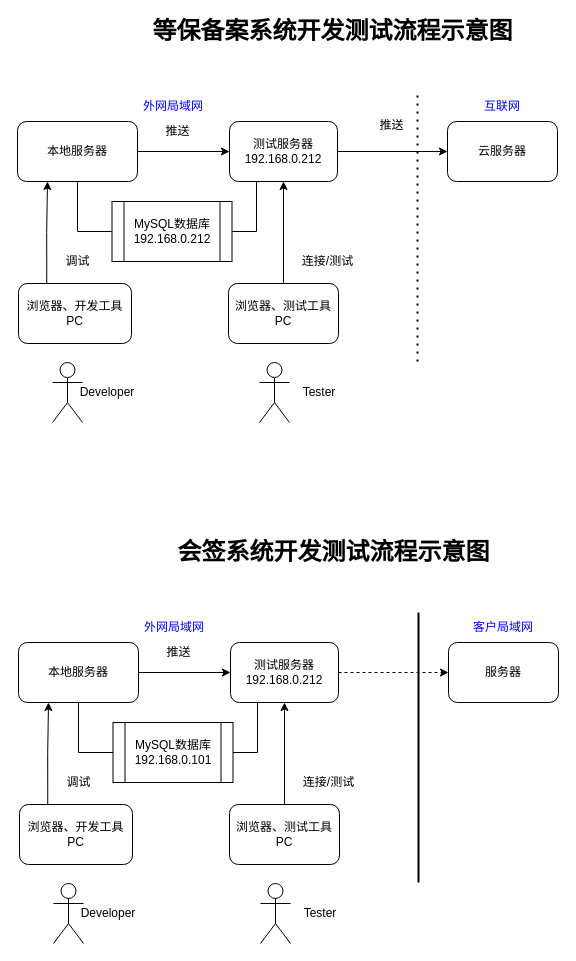
This is page "Page-2" (2 of 3) of test.drawio from fanch-luck/uiapps, a draw.io file, before an edit. Source tidied: cells renumbered, new cells numbered last; positions are measured from the earlier drawing's top-left corner, leaving out a move shared by most shapes. Both pictures are drawn from the tidied source at 100%, with x=0, y=0 at pixel (17, 21).
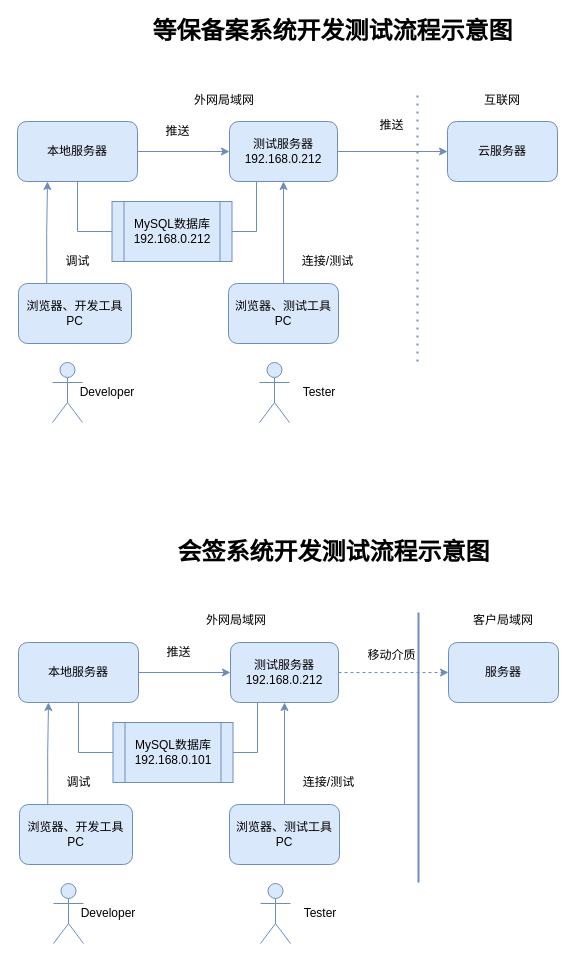
The same page after the edit.

What changed in the source:
```diff
@@
-    <mxCell id="2" value="&lt;b&gt;&lt;font style=&quot;font-size: 24px&quot;&gt;等保备案系统开发测试流程示意图&lt;/font&gt;&lt;/b&gt;" style="text;html=1;align=center;verticalAlign=middle;strokeColor=none;fillColor=none;" parent="1" vertex="1">
+    <mxCell id="2" value="&lt;b&gt;&lt;font style=&quot;font-size: 24px&quot;&gt;等保备案系统开发测试流程示意图&lt;/font&gt;&lt;/b&gt;" style="text;html=1;align=center;verticalAlign=middle;" parent="1" vertex="1">
       <mxGeometry x="125" width="380" height="20" as="geometry" />
     </mxCell>
-    <mxCell id="3" value="推送" style="edgeStyle=orthogonalEdgeStyle;rounded=0;jettySize=auto;html=1;exitX=1;exitY=0.5;exitDx=0;exitDy=0;entryX=0;entryY=0.5;entryDx=0;entryDy=0;fontSize=12;fontColor=#000000;endArrow=classic;endFill=1;" parent="1" edge="1" source="4" target="19">
+    <mxCell id="3" value="推送" style="edgeStyle=orthogonalEdgeStyle;rounded=0;jettySize=auto;html=1;exitX=1;exitY=0.5;exitDx=0;exitDy=0;entryX=0;entryY=0.5;entryDx=0;entryDy=0;fontSize=12;fontColor=#000000;endArrow=classic;endFill=1;strokeColor=#6c8ebf;fillColor=#dae8fc;" parent="1" edge="1" source="4" target="19">
       <mxGeometry x="-0.02" y="26" relative="1" as="geometry" />
     </mxCell>
-    <mxCell id="4" value="测试服务器&lt;br&gt;192.168.0.212" style="rounded=1;whiteSpace=wrap;html=1;" parent="1" vertex="1">
+    <mxCell id="4" value="测试服务器&lt;br&gt;192.168.0.212" style="rounded=1;whiteSpace=wrap;html=1;strokeColor=#6c8ebf;fillColor=#dae8fc;" parent="1" vertex="1">
       <mxGeometry x="212" y="100" width="108" height="60" as="geometry" />
     </mxCell>
-    <mxCell id="5" value="外网局域网" style="text;html=1;strokeColor=none;fillColor=none;align=center;verticalAlign=middle;whiteSpace=wrap;rounded=0;fontSize=12;fontColor=#0000FF;" parent="1" vertex="1">
-      <mxGeometry x="120.5" y="70" width="70" height="30" as="geometry" />
+    <mxCell id="5" value="外网局域网" style="text;html=1;align=center;verticalAlign=middle;whiteSpace=wrap;rounded=0;fontSize=12;" parent="1" vertex="1">
+      <mxGeometry x="172" y="64" width="70" height="30" as="geometry" />
     </mxCell>
-    <mxCell id="6" value="&lt;font color=&quot;#000000&quot;&gt;推送&lt;/font&gt;" style="edgeStyle=orthogonalEdgeStyle;rounded=0;jettySize=auto;html=1;exitX=1;exitY=0.5;exitDx=0;exitDy=0;entryX=0;entryY=0.5;entryDx=0;entryDy=0;fontSize=12;fontColor=#0000FF;" parent="1" edge="1" source="7" target="4">
+    <mxCell id="6" value="&lt;font color=&quot;#000000&quot;&gt;推送&lt;/font&gt;" style="edgeStyle=orthogonalEdgeStyle;rounded=0;jettySize=auto;html=1;exitX=1;exitY=0.5;exitDx=0;exitDy=0;entryX=0;entryY=0.5;entryDx=0;entryDy=0;fontSize=12;fontColor=#0000FF;strokeColor=#6c8ebf;fillColor=#dae8fc;" parent="1" edge="1" source="7" target="4">
       <mxGeometry x="-0.13" y="20" relative="1" as="geometry" />
     </mxCell>
-    <mxCell id="7" value="本地服务器" style="rounded=1;whiteSpace=wrap;html=1;" parent="1" vertex="1">
+    <mxCell id="7" value="本地服务器" style="rounded=1;whiteSpace=wrap;html=1;strokeColor=#6c8ebf;fillColor=#dae8fc;" parent="1" vertex="1">
       <mxGeometry y="100" width="120" height="60" as="geometry" />
     </mxCell>
-    <mxCell id="8" style="shape=umlActor;verticalLabelPosition=bottom;verticalAlign=top;html=1;" parent="1" vertex="1">
+    <mxCell id="8" style="shape=umlActor;verticalLabelPosition=bottom;verticalAlign=top;html=1;strokeColor=#6c8ebf;fillColor=#dae8fc;" parent="1" vertex="1">
       <mxGeometry x="35" y="341" width="30" height="60" as="geometry" />
     </mxCell>
-    <mxCell id="9" style="shape=umlActor;verticalLabelPosition=bottom;verticalAlign=top;html=1;" parent="1" vertex="1">
+    <mxCell id="9" style="shape=umlActor;verticalLabelPosition=bottom;verticalAlign=top;html=1;strokeColor=#6c8ebf;fillColor=#dae8fc;" parent="1" vertex="1">
       <mxGeometry x="242" y="341" width="30" height="60" as="geometry" />
     </mxCell>
-    <mxCell id="10" value="连接/测试" style="edgeStyle=orthogonalEdgeStyle;rounded=0;jettySize=auto;html=1;exitX=0.5;exitY=0;exitDx=0;exitDy=0;entryX=0.5;entryY=1;entryDx=0;entryDy=0;fontSize=12;fontColor=#000000;endArrow=classic;endFill=1;" parent="1" edge="1" source="11" target="4">
+    <mxCell id="10" value="连接/测试" style="edgeStyle=orthogonalEdgeStyle;rounded=0;jettySize=auto;html=1;exitX=0.5;exitY=0;exitDx=0;exitDy=0;entryX=0.5;entryY=1;entryDx=0;entryDy=0;fontSize=12;fontColor=#000000;endArrow=classic;endFill=1;strokeColor=#6c8ebf;fillColor=#dae8fc;" parent="1" edge="1" source="11" target="4">
       <mxGeometry x="-0.57" y="-44" relative="1" as="geometry" />
     </mxCell>
-    <mxCell id="11" value="浏览器、测试工具&lt;br&gt;PC" style="rounded=1;whiteSpace=wrap;html=1;" parent="1" vertex="1">
+    <mxCell id="11" value="浏览器、测试工具&lt;br&gt;PC" style="rounded=1;whiteSpace=wrap;html=1;strokeColor=#6c8ebf;fillColor=#dae8fc;" parent="1" vertex="1">
       <mxGeometry x="211" y="262" width="110" height="60" as="geometry" />
     </mxCell>
-    <mxCell id="12" style="edgeStyle=orthogonalEdgeStyle;rounded=0;jettySize=auto;html=1;exitX=1;exitY=0.5;exitDx=0;exitDy=0;entryX=0.25;entryY=1;entryDx=0;entryDy=0;fontSize=12;fontColor=#000000;endArrow=none;endFill=0;" parent="1" edge="1" source="14" target="4">
+    <mxCell id="12" style="edgeStyle=orthogonalEdgeStyle;rounded=0;jettySize=auto;html=1;exitX=1;exitY=0.5;exitDx=0;exitDy=0;entryX=0.25;entryY=1;entryDx=0;entryDy=0;fontSize=12;fontColor=#000000;endArrow=none;endFill=0;strokeColor=#6c8ebf;fillColor=#dae8fc;" parent="1" edge="1" source="14" target="4">
       <mxGeometry relative="1" as="geometry" />
     </mxCell>
-    <mxCell id="13" style="edgeStyle=orthogonalEdgeStyle;rounded=0;jettySize=auto;html=1;exitX=0;exitY=0.5;exitDx=0;exitDy=0;entryX=0.5;entryY=1;entryDx=0;entryDy=0;fontSize=12;fontColor=#000000;endArrow=none;endFill=0;" parent="1" edge="1" source="14" target="7">
+    <mxCell id="13" style="edgeStyle=orthogonalEdgeStyle;rounded=0;jettySize=auto;html=1;exitX=0;exitY=0.5;exitDx=0;exitDy=0;entryX=0.5;entryY=1;entryDx=0;entryDy=0;fontSize=12;fontColor=#000000;endArrow=none;endFill=0;strokeColor=#6c8ebf;fillColor=#dae8fc;" parent="1" edge="1" source="14" target="7">
       <mxGeometry relative="1" as="geometry" />
     </mxCell>
-    <mxCell id="14" value="MySQL数据库&lt;br&gt;192.168.0.212" style="shape=process;whiteSpace=wrap;html=1;backgroundOutline=1;" parent="1" vertex="1">
+    <mxCell id="14" value="MySQL数据库&lt;br&gt;192.168.0.212" style="shape=process;whiteSpace=wrap;html=1;backgroundOutline=1;strokeColor=#6c8ebf;fillColor=#dae8fc;" parent="1" vertex="1">
       <mxGeometry x="94.5" y="180" width="120" height="60" as="geometry" />
     </mxCell>
-    <mxCell id="15" value="调试" style="edgeStyle=orthogonalEdgeStyle;rounded=0;jettySize=auto;html=1;exitX=0.25;exitY=0;exitDx=0;exitDy=0;entryX=0.25;entryY=1;entryDx=0;entryDy=0;fontSize=12;fontColor=#000000;endArrow=classic;endFill=1;" parent="1" edge="1" source="16" target="7">
+    <mxCell id="15" value="调试" style="edgeStyle=orthogonalEdgeStyle;rounded=0;jettySize=auto;html=1;exitX=0.25;exitY=0;exitDx=0;exitDy=0;entryX=0.25;entryY=1;entryDx=0;entryDy=0;fontSize=12;fontColor=#000000;endArrow=classic;endFill=1;strokeColor=#6c8ebf;fillColor=#dae8fc;" parent="1" edge="1" source="16" target="7">
       <mxGeometry x="-0.57" y="-31" relative="1" as="geometry" />
     </mxCell>
-    <mxCell id="16" value="浏览器、开发工具&lt;br&gt;PC" style="rounded=1;whiteSpace=wrap;html=1;" parent="1" vertex="1">
+    <mxCell id="16" value="浏览器、开发工具&lt;br&gt;PC" style="rounded=1;whiteSpace=wrap;html=1;strokeColor=#6c8ebf;fillColor=#dae8fc;" parent="1" vertex="1">
       <mxGeometry x="1" y="262" width="113" height="60" as="geometry" />
     </mxCell>
-    <mxCell id="17" value="Developer" style="text;html=1;strokeColor=none;fillColor=none;align=center;verticalAlign=middle;whiteSpace=wrap;rounded=0;fontSize=12;fontColor=#000000;" parent="1" vertex="1">
+    <mxCell id="17" value="Developer" style="text;html=1;align=center;verticalAlign=middle;whiteSpace=wrap;rounded=0;fontSize=12;" parent="1" vertex="1">
       <mxGeometry x="60" y="356" width="60" height="30" as="geometry" />
     </mxCell>
-    <mxCell id="18" value="Tester" style="text;html=1;strokeColor=none;fillColor=none;align=center;verticalAlign=middle;whiteSpace=wrap;rounded=0;fontSize=12;fontColor=#000000;" parent="1" vertex="1">
+    <mxCell id="18" value="Tester" style="text;html=1;align=center;verticalAlign=middle;whiteSpace=wrap;rounded=0;fontSize=12;" parent="1" vertex="1">
       <mxGeometry x="272" y="356" width="60" height="30" as="geometry" />
     </mxCell>
-    <mxCell id="19" value="云服务器" style="rounded=1;whiteSpace=wrap;html=1;" parent="1" vertex="1">
+    <mxCell id="19" value="云服务器" style="rounded=1;whiteSpace=wrap;html=1;strokeColor=#6c8ebf;fillColor=#dae8fc;" parent="1" vertex="1">
       <mxGeometry x="430" y="100" width="110" height="60" as="geometry" />
     </mxCell>
-    <mxCell id="20" style="endArrow=none;dashed=1;html=1;dashPattern=1 3;strokeWidth=2;rounded=0;fontSize=12;edgeStyle=orthogonalEdgeStyle;" parent="1" edge="1">
+    <mxCell id="20" style="endArrow=none;dashed=1;html=1;dashPattern=1 3;strokeWidth=2;rounded=0;fontSize=12;edgeStyle=orthogonalEdgeStyle;strokeColor=#6c8ebf;fillColor=#dae8fc;" parent="1" edge="1">
       <mxGeometry relative="1" as="geometry">
         <mxPoint x="400" y="340" as="sourcePoint" />
         <mxPoint x="400" y="70" as="targetPoint" />
       </mxGeometry>
     </mxCell>
-    <mxCell id="21" value="互联网" style="text;html=1;strokeColor=none;fillColor=none;align=center;verticalAlign=middle;whiteSpace=wrap;rounded=0;fontSize=12;fontColor=#0000FF;" parent="1" vertex="1">
-      <mxGeometry x="450" y="70" width="70" height="30" as="geometry" />
+    <mxCell id="21" value="互联网" style="text;html=1;align=center;verticalAlign=middle;whiteSpace=wrap;rounded=0;fontSize=12;" parent="1" vertex="1">
+      <mxGeometry x="450" y="64" width="70" height="30" as="geometry" />
     </mxCell>
-    <mxCell id="22" value="&lt;b&gt;&lt;font style=&quot;font-size: 24px&quot;&gt;会签系统开发测试流程示意图&lt;/font&gt;&lt;/b&gt;" style="text;html=1;align=center;verticalAlign=middle;strokeColor=none;fillColor=none;" parent="1" vertex="1">
+    <mxCell id="22" value="&lt;b&gt;&lt;font style=&quot;font-size: 24px&quot;&gt;会签系统开发测试流程示意图&lt;/font&gt;&lt;/b&gt;" style="text;html=1;align=center;verticalAlign=middle;" parent="1" vertex="1">
       <mxGeometry x="151" y="521" width="330" height="20" as="geometry" />
     </mxCell>
-    <mxCell id="23" style="edgeStyle=orthogonalEdgeStyle;rounded=0;jettySize=auto;html=1;exitX=1;exitY=0.5;exitDx=0;exitDy=0;entryX=0;entryY=0.5;entryDx=0;entryDy=0;fontSize=12;fontColor=#000000;endArrow=classic;endFill=1;dashed=1;" parent="1" edge="1" source="24" target="39">
-      <mxGeometry relative="1" as="geometry" />
+    <mxCell id="23" value="移动介质" style="edgeStyle=orthogonalEdgeStyle;rounded=0;jettySize=auto;html=1;exitX=1;exitY=0.5;exitDx=0;exitDy=0;entryX=0;entryY=0.5;entryDx=0;entryDy=0;fontSize=12;fontColor=#000000;endArrow=classic;endFill=1;dashed=1;strokeColor=#6c8ebf;fillColor=#dae8fc;" parent="1" edge="1" source="24" target="39">
+      <mxGeometry x="-0.04" y="17" relative="1" as="geometry" />
     </mxCell>
-    <mxCell id="24" value="测试服务器&lt;br&gt;192.168.0.212" style="rounded=1;whiteSpace=wrap;html=1;" parent="1" vertex="1">
+    <mxCell id="24" value="测试服务器&lt;br&gt;192.168.0.212" style="rounded=1;whiteSpace=wrap;html=1;strokeColor=#6c8ebf;fillColor=#dae8fc;" parent="1" vertex="1">
       <mxGeometry x="213" y="621" width="108" height="60" as="geometry" />
     </mxCell>
-    <mxCell id="25" value="外网局域网" style="text;html=1;strokeColor=none;fillColor=none;align=center;verticalAlign=middle;whiteSpace=wrap;rounded=0;fontSize=12;fontColor=#0000FF;" parent="1" vertex="1">
-      <mxGeometry x="121.5" y="591" width="70" height="30" as="geometry" />
+    <mxCell id="25" value="外网局域网" style="text;html=1;align=center;verticalAlign=middle;whiteSpace=wrap;rounded=0;fontSize=12;" parent="1" vertex="1">
+      <mxGeometry x="184" y="584" width="70" height="30" as="geometry" />
     </mxCell>
-    <mxCell id="26" value="&lt;font color=&quot;#000000&quot;&gt;推送&lt;/font&gt;" style="edgeStyle=orthogonalEdgeStyle;rounded=0;jettySize=auto;html=1;exitX=1;exitY=0.5;exitDx=0;exitDy=0;entryX=0;entryY=0.5;entryDx=0;entryDy=0;fontSize=12;fontColor=#0000FF;" parent="1" edge="1" source="27" target="24">
+    <mxCell id="26" value="&lt;font color=&quot;#000000&quot;&gt;推送&lt;/font&gt;" style="edgeStyle=orthogonalEdgeStyle;rounded=0;jettySize=auto;html=1;exitX=1;exitY=0.5;exitDx=0;exitDy=0;entryX=0;entryY=0.5;entryDx=0;entryDy=0;fontSize=12;fontColor=#0000FF;strokeColor=#6c8ebf;fillColor=#dae8fc;" parent="1" edge="1" source="27" target="24">
       <mxGeometry x="-0.13" y="20" relative="1" as="geometry" />
     </mxCell>
-    <mxCell id="27" value="本地服务器" style="rounded=1;whiteSpace=wrap;html=1;" parent="1" vertex="1">
+    <mxCell id="27" value="本地服务器" style="rounded=1;whiteSpace=wrap;html=1;strokeColor=#6c8ebf;fillColor=#dae8fc;" parent="1" vertex="1">
       <mxGeometry x="1" y="621" width="120" height="60" as="geometry" />
     </mxCell>
-    <mxCell id="28" style="shape=umlActor;verticalLabelPosition=bottom;verticalAlign=top;html=1;" parent="1" vertex="1">
+    <mxCell id="28" style="shape=umlActor;verticalLabelPosition=bottom;verticalAlign=top;html=1;strokeColor=#6c8ebf;fillColor=#dae8fc;" parent="1" vertex="1">
       <mxGeometry x="36" y="862" width="30" height="60" as="geometry" />
     </mxCell>
-    <mxCell id="29" style="shape=umlActor;verticalLabelPosition=bottom;verticalAlign=top;html=1;" parent="1" vertex="1">
+    <mxCell id="29" style="shape=umlActor;verticalLabelPosition=bottom;verticalAlign=top;html=1;strokeColor=#6c8ebf;fillColor=#dae8fc;" parent="1" vertex="1">
       <mxGeometry x="243" y="862" width="30" height="60" as="geometry" />
     </mxCell>
-    <mxCell id="30" value="连接/测试" style="edgeStyle=orthogonalEdgeStyle;rounded=0;jettySize=auto;html=1;exitX=0.5;exitY=0;exitDx=0;exitDy=0;entryX=0.5;entryY=1;entryDx=0;entryDy=0;fontSize=12;fontColor=#000000;endArrow=classic;endFill=1;" parent="1" edge="1" source="31" target="24">
+    <mxCell id="30" value="连接/测试" style="edgeStyle=orthogonalEdgeStyle;rounded=0;jettySize=auto;html=1;exitX=0.5;exitY=0;exitDx=0;exitDy=0;entryX=0.5;entryY=1;entryDx=0;entryDy=0;fontSize=12;fontColor=#000000;endArrow=classic;endFill=1;strokeColor=#6c8ebf;fillColor=#dae8fc;" parent="1" edge="1" source="31" target="24">
       <mxGeometry x="-0.57" y="-44" relative="1" as="geometry" />
     </mxCell>
-    <mxCell id="31" value="浏览器、测试工具&lt;br&gt;PC" style="rounded=1;whiteSpace=wrap;html=1;" parent="1" vertex="1">
+    <mxCell id="31" value="浏览器、测试工具&lt;br&gt;PC" style="rounded=1;whiteSpace=wrap;html=1;strokeColor=#6c8ebf;fillColor=#dae8fc;" parent="1" vertex="1">
       <mxGeometry x="212" y="783" width="110" height="60" as="geometry" />
     </mxCell>
-    <mxCell id="32" style="edgeStyle=orthogonalEdgeStyle;rounded=0;jettySize=auto;html=1;exitX=1;exitY=0.5;exitDx=0;exitDy=0;entryX=0.25;entryY=1;entryDx=0;entryDy=0;fontSize=12;fontColor=#000000;endArrow=none;endFill=0;" parent="1" edge="1" source="34" target="24">
+    <mxCell id="32" style="edgeStyle=orthogonalEdgeStyle;rounded=0;jettySize=auto;html=1;exitX=1;exitY=0.5;exitDx=0;exitDy=0;entryX=0.25;entryY=1;entryDx=0;entryDy=0;fontSize=12;fontColor=#000000;endArrow=none;endFill=0;strokeColor=#6c8ebf;fillColor=#dae8fc;" parent="1" edge="1" source="34" target="24">
       <mxGeometry relative="1" as="geometry" />
     </mxCell>
-    <mxCell id="33" style="edgeStyle=orthogonalEdgeStyle;rounded=0;jettySize=auto;html=1;exitX=0;exitY=0.5;exitDx=0;exitDy=0;entryX=0.5;entryY=1;entryDx=0;entryDy=0;fontSize=12;fontColor=#000000;endArrow=none;endFill=0;" parent="1" edge="1" source="34" target="27">
+    <mxCell id="33" style="edgeStyle=orthogonalEdgeStyle;rounded=0;jettySize=auto;html=1;exitX=0;exitY=0.5;exitDx=0;exitDy=0;entryX=0.5;entryY=1;entryDx=0;entryDy=0;fontSize=12;fontColor=#000000;endArrow=none;endFill=0;strokeColor=#6c8ebf;fillColor=#dae8fc;" parent="1" edge="1" source="34" target="27">
       <mxGeometry relative="1" as="geometry" />
     </mxCell>
-    <mxCell id="34" value="MySQL数据库&lt;br&gt;192.168.0.101" style="shape=process;whiteSpace=wrap;html=1;backgroundOutline=1;" parent="1" vertex="1">
+    <mxCell id="34" value="MySQL数据库&lt;br&gt;192.168.0.101" style="shape=process;whiteSpace=wrap;html=1;backgroundOutline=1;strokeColor=#6c8ebf;fillColor=#dae8fc;" parent="1" vertex="1">
       <mxGeometry x="95.5" y="701" width="120" height="60" as="geometry" />
     </mxCell>
-    <mxCell id="35" value="调试" style="edgeStyle=orthogonalEdgeStyle;rounded=0;jettySize=auto;html=1;exitX=0.25;exitY=0;exitDx=0;exitDy=0;entryX=0.25;entryY=1;entryDx=0;entryDy=0;fontSize=12;fontColor=#000000;endArrow=classic;endFill=1;" parent="1" edge="1" source="36" target="27">
+    <mxCell id="35" value="调试" style="edgeStyle=orthogonalEdgeStyle;rounded=0;jettySize=auto;html=1;exitX=0.25;exitY=0;exitDx=0;exitDy=0;entryX=0.25;entryY=1;entryDx=0;entryDy=0;fontSize=12;fontColor=#000000;endArrow=classic;endFill=1;strokeColor=#6c8ebf;fillColor=#dae8fc;" parent="1" edge="1" source="36" target="27">
       <mxGeometry x="-0.57" y="-31" relative="1" as="geometry" />
     </mxCell>
-    <mxCell id="36" value="浏览器、开发工具&lt;br&gt;PC" style="rounded=1;whiteSpace=wrap;html=1;" parent="1" vertex="1">
+    <mxCell id="36" value="浏览器、开发工具&lt;br&gt;PC" style="rounded=1;whiteSpace=wrap;html=1;strokeColor=#6c8ebf;fillColor=#dae8fc;" parent="1" vertex="1">
       <mxGeometry x="2" y="783" width="113" height="60" as="geometry" />
     </mxCell>
-    <mxCell id="37" value="Developer" style="text;html=1;strokeColor=none;fillColor=none;align=center;verticalAlign=middle;whiteSpace=wrap;rounded=0;fontSize=12;fontColor=#000000;" parent="1" vertex="1">
+    <mxCell id="37" value="Developer" style="text;html=1;align=center;verticalAlign=middle;whiteSpace=wrap;rounded=0;fontSize=12;" parent="1" vertex="1">
       <mxGeometry x="61" y="877" width="60" height="30" as="geometry" />
     </mxCell>
-    <mxCell id="38" value="Tester" style="text;html=1;strokeColor=none;fillColor=none;align=center;verticalAlign=middle;whiteSpace=wrap;rounded=0;fontSize=12;fontColor=#000000;" parent="1" vertex="1">
+    <mxCell id="38" value="Tester" style="text;html=1;align=center;verticalAlign=middle;whiteSpace=wrap;rounded=0;fontSize=12;" parent="1" vertex="1">
       <mxGeometry x="273" y="877" width="60" height="30" as="geometry" />
     </mxCell>
-    <mxCell id="39" value="服务器" style="rounded=1;whiteSpace=wrap;html=1;" parent="1" vertex="1">
+    <mxCell id="39" value="服务器" style="rounded=1;whiteSpace=wrap;html=1;strokeColor=#6c8ebf;fillColor=#dae8fc;" parent="1" vertex="1">
       <mxGeometry x="431" y="621" width="110" height="60" as="geometry" />
     </mxCell>
-    <mxCell id="40" style="endArrow=none;html=1;strokeWidth=2;rounded=0;fontSize=12;edgeStyle=orthogonalEdgeStyle;" parent="1" edge="1">
+    <mxCell id="40" style="endArrow=none;html=1;strokeWidth=2;rounded=0;fontSize=12;edgeStyle=orthogonalEdgeStyle;strokeColor=#6c8ebf;fillColor=#dae8fc;" parent="1" edge="1">
       <mxGeometry relative="1" as="geometry">
         <mxPoint x="401" y="861" as="sourcePoint" />
         <mxPoint x="401" y="591" as="targetPoint" />
       </mxGeometry>
     </mxCell>
-    <mxCell id="41" value="客户局域网" style="text;html=1;strokeColor=none;fillColor=none;align=center;verticalAlign=middle;whiteSpace=wrap;rounded=0;fontSize=12;fontColor=#0000FF;" parent="1" vertex="1">
-      <mxGeometry x="451" y="591" width="70" height="30" as="geometry" />
+    <mxCell id="41" value="客户局域网" style="text;html=1;align=center;verticalAlign=middle;whiteSpace=wrap;rounded=0;fontSize=12;" parent="1" vertex="1">
+      <mxGeometry x="451" y="584" width="70" height="30" as="geometry" />
     </mxCell>
```
